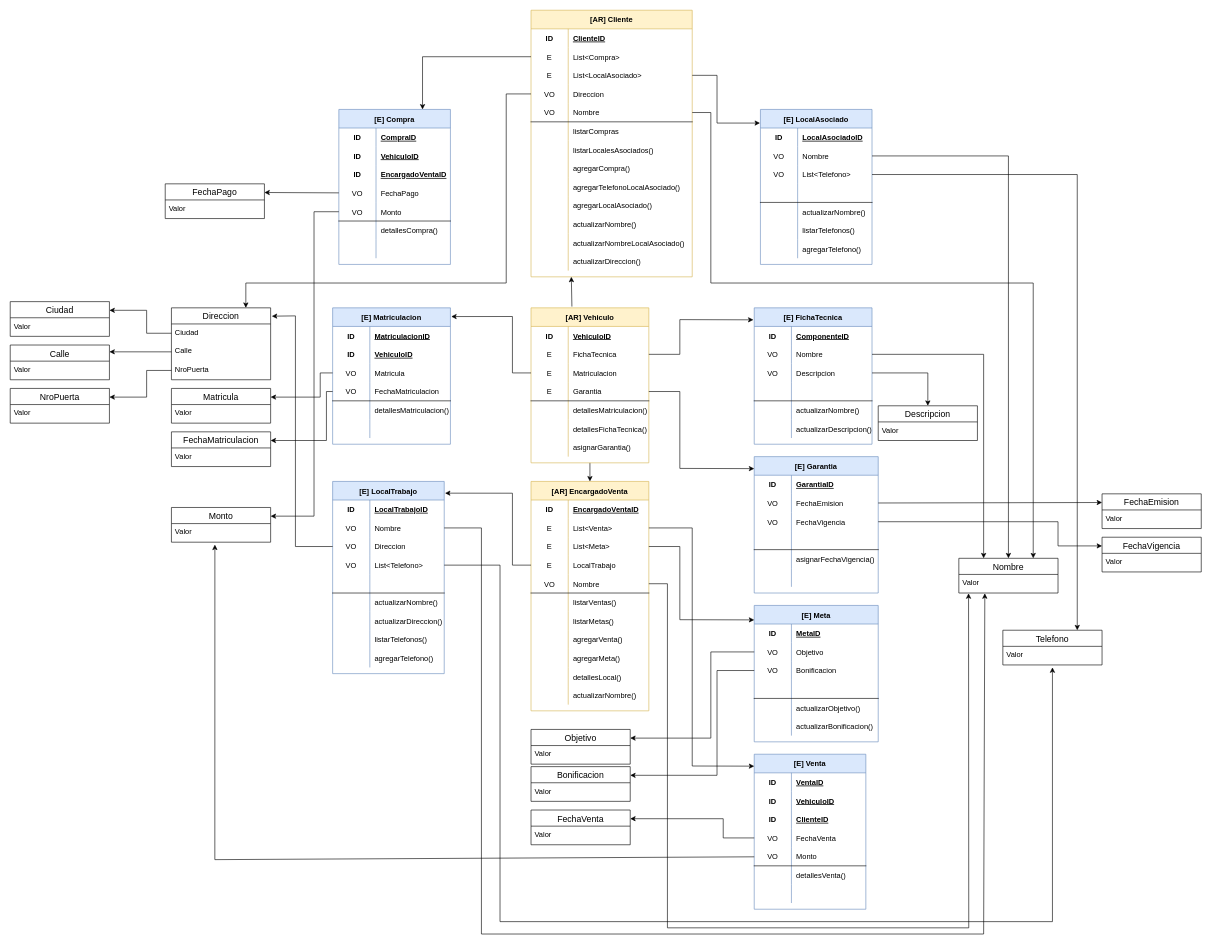
Before: page "Modelo de dominio" (2 of 3) of Reto Final DDD.drawio in HenryFerreira/Reto-Final-DDD, a draw.io diagram. Source tidied: cells renumbered, new cells numbered last; positions are measured from the earlier drawing's top-left corner, leaving out a move shared by most shapes. Both pictures are drawn from the tidied source at 62%, with x=0, y=0 at pixel (10, 10).
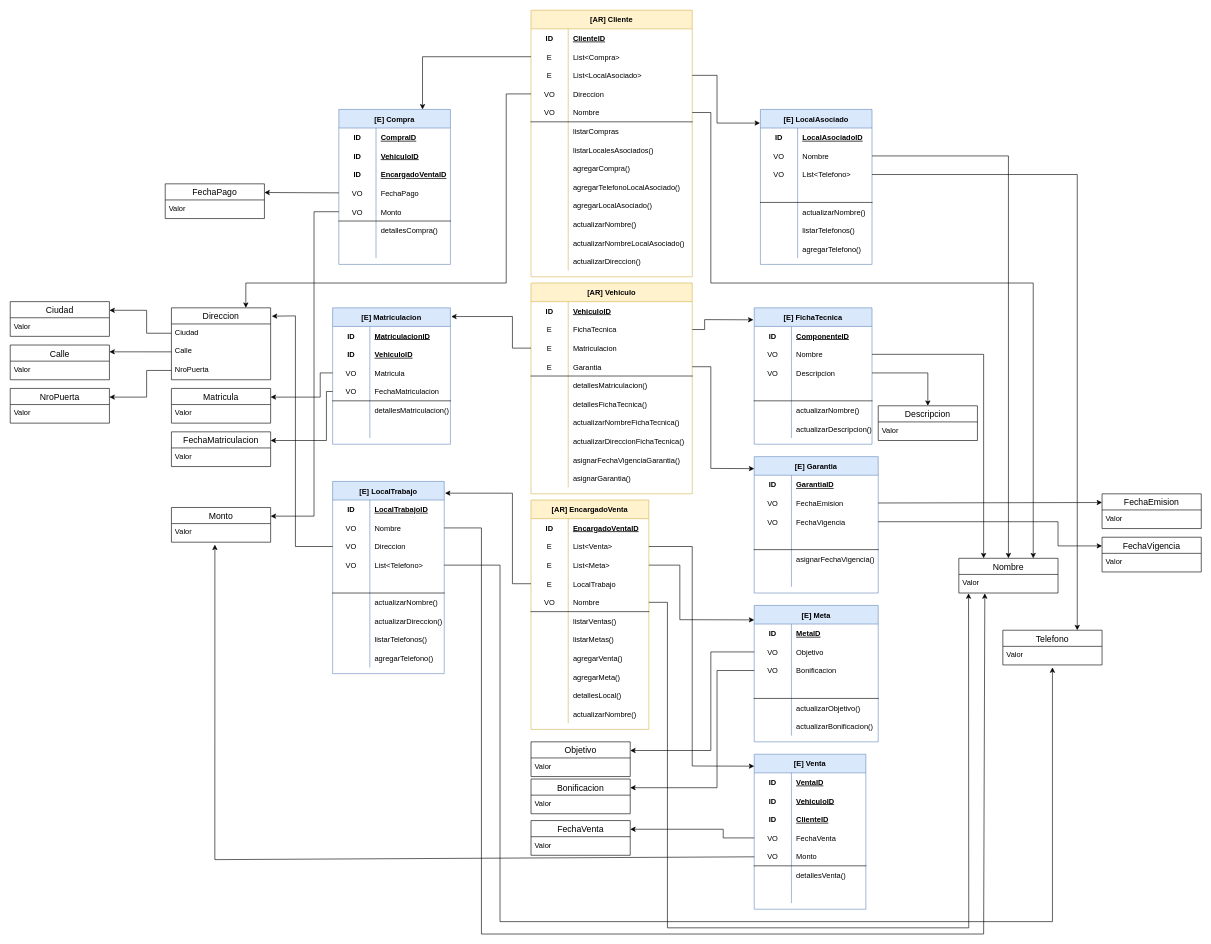
The same diagram, later.

Unchanged cells that the change refers to:
```xml
<mxCell id="2" value="[AR] Cliente" style="shape=table;startSize=30;childLayout=tableLayout;rowLines=0;fontStyle=1;align=center;fillColor=#fff2cc;strokeColor=#d6b656;" parent="1" vertex="1">
  <mxGeometry x="840" width="260" height="430" as="geometry" />
</mxCell>
<mxCell id="70" style="shape=tableRow;horizontal=0;startSize=0;swimlaneHead=0;swimlaneBody=0;fillColor=none;points=[[0,0.5],[1,0.5]];portConstraint=eastwest;top=0;left=0;right=0;bottom=0;" parent="66" vertex="1">
  <mxGeometry y="60" width="190" height="30" as="geometry" />
</mxCell>
<mxCell id="73" style="shape=tableRow;horizontal=0;startSize=0;swimlaneHead=0;swimlaneBody=0;fillColor=none;points=[[0,0.5],[1,0.5]];portConstraint=eastwest;top=0;left=0;right=0;bottom=0;strokeColor=default;" parent="66" vertex="1">
  <mxGeometry y="90" width="190" height="30" as="geometry" />
</mxCell>
<mxCell id="76" style="shape=tableRow;horizontal=0;startSize=0;swimlaneHead=0;swimlaneBody=0;fillColor=none;points=[[0,0.5],[1,0.5]];portConstraint=eastwest;top=0;left=0;right=0;bottom=0;" parent="66" vertex="1">
  <mxGeometry y="120" width="190" height="30" as="geometry" />
</mxCell>
<mxCell id="79" style="shape=tableRow;horizontal=0;startSize=0;swimlaneHead=0;swimlaneBody=0;fillColor=none;points=[[0,0.5],[1,0.5]];portConstraint=eastwest;top=0;left=0;right=0;bottom=1;" parent="66" vertex="1">
  <mxGeometry y="150" width="190" height="30" as="geometry" />
</mxCell>
<mxCell id="100" value="[E] Meta" style="shape=table;startSize=30;childLayout=tableLayout;rowLines=0;fontStyle=1;align=center;fillColor=#dae8fc;strokeColor=#6c8ebf;" parent="1" vertex="1">
  <mxGeometry x="1200" y="960" width="200" height="220" as="geometry" />
</mxCell>
<mxCell id="104" style="shape=tableRow;horizontal=0;startSize=0;swimlaneHead=0;swimlaneBody=0;fillColor=none;points=[[0,0.5],[1,0.5]];portConstraint=eastwest;top=0;left=0;right=0;bottom=0;" parent="100" vertex="1">
  <mxGeometry y="60" width="200" height="30" as="geometry" />
</mxCell>
<mxCell id="107" style="shape=tableRow;horizontal=0;startSize=0;swimlaneHead=0;swimlaneBody=0;fillColor=none;points=[[0,0.5],[1,0.5]];portConstraint=eastwest;top=0;left=0;right=0;bottom=0;" parent="100" vertex="1">
  <mxGeometry y="90" width="200" height="30" as="geometry" />
</mxCell>
<mxCell id="163" value="[E] Matriculacion" style="shape=table;startSize=30;childLayout=tableLayout;rowLines=0;fontStyle=1;align=center;fillColor=#dae8fc;strokeColor=#6c8ebf;" parent="1" vertex="1">
  <mxGeometry x="520" y="480" width="190" height="220" as="geometry" />
</mxCell>
<mxCell id="182" value="[E] FichaTecnica" style="shape=table;startSize=30;childLayout=tableLayout;rowLines=0;fontStyle=1;align=center;fillColor=#dae8fc;strokeColor=#6c8ebf;" parent="1" vertex="1">
  <mxGeometry x="1200" y="480" width="190" height="220" as="geometry" />
</mxCell>
<mxCell id="201" value="[E] Garantia" style="shape=table;startSize=30;childLayout=tableLayout;rowLines=0;fontStyle=1;align=center;fillColor=#dae8fc;strokeColor=#6c8ebf;" parent="1" vertex="1">
  <mxGeometry x="1200" y="720" width="200" height="220" as="geometry" />
</mxCell>
<mxCell id="220" value="[E] LocalTrabajo" style="shape=table;startSize=30;childLayout=tableLayout;rowLines=0;fontStyle=1;align=center;fillColor=#dae8fc;strokeColor=#6c8ebf;" parent="1" vertex="1">
  <mxGeometry x="520" y="760" width="180" height="310" as="geometry" />
</mxCell>
<mxCell id="248" value="[E] Venta" style="shape=table;startSize=30;childLayout=tableLayout;rowLines=0;fontStyle=1;align=center;fillColor=#dae8fc;strokeColor=#6c8ebf;" parent="1" vertex="1">
  <mxGeometry x="1200" y="1200" width="180" height="250" as="geometry" />
</mxCell>
<mxCell id="258" style="shape=tableRow;horizontal=0;startSize=0;swimlaneHead=0;swimlaneBody=0;fillColor=none;points=[[0,0.5],[1,0.5]];portConstraint=eastwest;top=0;left=0;right=0;bottom=0;" parent="248" vertex="1">
  <mxGeometry y="120" width="180" height="30" as="geometry" />
</mxCell>
<mxCell id="275" value="Valor" style="text;strokeColor=none;fillColor=none;spacingLeft=4;spacingRight=4;overflow=hidden;points=[[0,0.5],[1,0.5]];portConstraint=eastwest;fontSize=12;" parent="274" vertex="1">
  <mxGeometry y="26" width="160" height="30" as="geometry" />
</mxCell>
```

What changed in the source:
```diff
@@
-    <mxCell id="42" style="edgeStyle=none;rounded=0;jettySize=auto;html=1;entryX=0.25;entryY=1;entryDx=0;entryDy=0;exitX=0.347;exitY=-0.008;exitDx=0;exitDy=0;exitPerimeter=0;" parent="1" edge="1" source="44" target="2">
-      <mxGeometry relative="1" as="geometry" />
-    </mxCell>
-    <mxCell id="43" style="edgeStyle=none;rounded=0;jettySize=auto;html=1;entryX=0.5;entryY=0;entryDx=0;entryDy=0;" parent="1" edge="1" source="44" target="66">
-      <mxGeometry relative="1" as="geometry" />
-    </mxCell>
     <mxCell id="44" value="[AR] Vehiculo" style="shape=table;startSize=30;childLayout=tableLayout;rowLines=0;fontStyle=1;align=center;fillColor=#fff2cc;strokeColor=#d6b656;" parent="1" vertex="1">
-      <mxGeometry x="840" y="480" width="190" height="250" as="geometry" />
+      <mxGeometry x="840" y="440" width="260" height="340" as="geometry" />
     </mxCell>
     <mxCell id="45" style="shape=tableRow;horizontal=0;startSize=0;swimlaneHead=0;swimlaneBody=0;fillColor=none;top=0;left=0;right=0;bottom=0;" parent="44" vertex="1">
-      <mxGeometry y="30" width="190" height="30" as="geometry" />
+      <mxGeometry y="30" width="260" height="30" as="geometry" />
     </mxCell>
@@
     <mxCell id="47" value="VehiculoID" style="shape=partialRectangle;fillColor=none;top=0;left=0;bottom=0;right=0;align=left;spacingLeft=6;fontStyle=5;overflow=hidden;" parent="45" vertex="1">
-      <mxGeometry x="60" width="130" height="30" as="geometry" />
+      <mxGeometry x="60" width="200" height="30" as="geometry" />
     </mxCell>
     <mxCell id="48" style="shape=tableRow;horizontal=0;startSize=0;swimlaneHead=0;swimlaneBody=0;fillColor=none;points=[[0,0.5],[1,0.5]];portConstraint=eastwest;top=0;left=0;right=0;bottom=0;" parent="44" vertex="1">
-      <mxGeometry y="60" width="190" height="30" as="geometry" />
+      <mxGeometry y="60" width="260" height="30" as="geometry" />
     </mxCell>
@@
     <mxCell id="50" value="FichaTecnica" style="shape=partialRectangle;fillColor=none;top=0;left=0;bottom=0;right=0;align=left;spacingLeft=6;overflow=hidden;" parent="48" vertex="1">
-      <mxGeometry x="60" width="130" height="30" as="geometry" />
+      <mxGeometry x="60" width="200" height="30" as="geometry" />
     </mxCell>
     <mxCell id="51" style="shape=tableRow;horizontal=0;startSize=0;swimlaneHead=0;swimlaneBody=0;fillColor=none;points=[[0,0.5],[1,0.5]];portConstraint=eastwest;top=0;left=0;right=0;bottom=0;" parent="44" vertex="1">
-      <mxGeometry y="90" width="190" height="30" as="geometry" />
+      <mxGeometry y="90" width="260" height="30" as="geometry" />
     </mxCell>
@@
     <mxCell id="53" value="Matriculacion" style="shape=partialRectangle;fillColor=none;top=0;left=0;bottom=0;right=0;align=left;spacingLeft=6;overflow=hidden;" parent="51" vertex="1">
-      <mxGeometry x="60" width="130" height="30" as="geometry" />
+      <mxGeometry x="60" width="200" height="30" as="geometry" />
     </mxCell>
     <mxCell id="54" style="shape=tableRow;horizontal=0;startSize=0;swimlaneHead=0;swimlaneBody=0;fillColor=none;points=[[0,0.5],[1,0.5]];portConstraint=eastwest;top=0;left=0;right=0;bottom=1;" parent="44" vertex="1">
-      <mxGeometry y="120" width="190" height="30" as="geometry" />
+      <mxGeometry y="120" width="260" height="30" as="geometry" />
     </mxCell>
@@
     <mxCell id="56" value="Garantia" style="shape=partialRectangle;fillColor=none;top=0;left=0;bottom=0;right=0;align=left;spacingLeft=6;fontStyle=0;overflow=hidden;" parent="54" vertex="1">
-      <mxGeometry x="60" width="130" height="30" as="geometry" />
+      <mxGeometry x="60" width="200" height="30" as="geometry" />
     </mxCell>
     <mxCell id="57" style="shape=tableRow;horizontal=0;startSize=0;swimlaneHead=0;swimlaneBody=0;fillColor=none;top=0;left=0;right=0;bottom=0;" parent="44" vertex="1">
-      <mxGeometry y="150" width="190" height="30" as="geometry" />
+      <mxGeometry y="150" width="260" height="30" as="geometry" />
     </mxCell>
@@
     <mxCell id="59" value="detallesMatriculacion()" style="shape=partialRectangle;fillColor=none;top=0;left=0;bottom=0;right=0;align=left;spacingLeft=6;overflow=hidden;" parent="57" vertex="1">
-      <mxGeometry x="60" width="130" height="30" as="geometry" />
+      <mxGeometry x="60" width="200" height="30" as="geometry" />
     </mxCell>
     <mxCell id="60" style="shape=tableRow;horizontal=0;startSize=0;swimlaneHead=0;swimlaneBody=0;fillColor=none;top=0;left=0;right=0;bottom=0;strokeColor=default;" parent="44" vertex="1">
-      <mxGeometry y="180" width="190" height="30" as="geometry" />
+      <mxGeometry y="180" width="260" height="30" as="geometry" />
     </mxCell>
@@
     <mxCell id="62" value="detallesFichaTecnica()" style="shape=partialRectangle;fillColor=none;top=0;left=0;bottom=0;right=0;align=left;spacingLeft=6;overflow=hidden;strokeColor=default;" parent="60" vertex="1">
-      <mxGeometry x="60" width="130" height="30" as="geometry" />
+      <mxGeometry x="60" width="200" height="30" as="geometry" />
     </mxCell>
+    <mxCell id="335" style="shape=tableRow;horizontal=0;startSize=0;swimlaneHead=0;swimlaneBody=0;fillColor=none;top=0;left=0;right=0;bottom=0;" parent="44" vertex="1">
+      <mxGeometry y="210" width="260" height="30" as="geometry" />
+    </mxCell>
+    <mxCell id="336" style="shape=partialRectangle;fillColor=none;top=0;left=0;bottom=0;right=0;overflow=hidden;" parent="335" vertex="1">
+      <mxGeometry width="60" height="30" as="geometry" />
+    </mxCell>
+    <mxCell id="337" value="actualizarNombreFichaTecnica()" style="shape=partialRectangle;fillColor=none;top=0;left=0;bottom=0;right=0;align=left;spacingLeft=6;overflow=hidden;" parent="335" vertex="1">
+      <mxGeometry x="60" width="200" height="30" as="geometry" />
+    </mxCell>
+    <mxCell id="338" style="shape=tableRow;horizontal=0;startSize=0;swimlaneHead=0;swimlaneBody=0;fillColor=none;top=0;left=0;right=0;bottom=0;" parent="44" vertex="1">
+      <mxGeometry y="240" width="260" height="30" as="geometry" />
+    </mxCell>
+    <mxCell id="339" style="shape=partialRectangle;fillColor=none;top=0;left=0;bottom=0;right=0;overflow=hidden;" parent="338" vertex="1">
+      <mxGeometry width="60" height="30" as="geometry" />
+    </mxCell>
+    <mxCell id="340" value="actualizarDireccionFichaTecnica()" style="shape=partialRectangle;fillColor=none;top=0;left=0;bottom=0;right=0;align=left;spacingLeft=6;overflow=hidden;" parent="338" vertex="1">
+      <mxGeometry x="60" width="200" height="30" as="geometry" />
+    </mxCell>
+    <mxCell id="341" style="shape=tableRow;horizontal=0;startSize=0;swimlaneHead=0;swimlaneBody=0;fillColor=none;top=0;left=0;right=0;bottom=0;" parent="44" vertex="1">
+      <mxGeometry y="270" width="260" height="30" as="geometry" />
+    </mxCell>
+    <mxCell id="342" style="shape=partialRectangle;fillColor=none;top=0;left=0;bottom=0;right=0;overflow=hidden;" parent="341" vertex="1">
+      <mxGeometry width="60" height="30" as="geometry" />
+    </mxCell>
+    <mxCell id="343" value="asignarFechaVigenciaGarantia()" style="shape=partialRectangle;fillColor=none;top=0;left=0;bottom=0;right=0;align=left;spacingLeft=6;overflow=hidden;" parent="341" vertex="1">
+      <mxGeometry x="60" width="200" height="30" as="geometry" />
+    </mxCell>
     <mxCell id="63" style="shape=tableRow;horizontal=0;startSize=0;swimlaneHead=0;swimlaneBody=0;fillColor=none;top=0;left=0;right=0;bottom=0;" parent="44" vertex="1">
-      <mxGeometry y="210" width="190" height="30" as="geometry" />
+      <mxGeometry y="300" width="260" height="30" as="geometry" />
     </mxCell>
@@
     <mxCell id="65" value="asignarGarantia()" style="shape=partialRectangle;fillColor=none;top=0;left=0;bottom=0;right=0;align=left;spacingLeft=6;overflow=hidden;" parent="63" vertex="1">
-      <mxGeometry x="60" width="130" height="30" as="geometry" />
+      <mxGeometry x="60" width="200" height="30" as="geometry" />
     </mxCell>
     <mxCell id="66" value="[AR] EncargadoVenta" style="shape=table;startSize=30;childLayout=tableLayout;rowLines=0;fontStyle=1;align=center;fillColor=#fff2cc;strokeColor=#d6b656;" parent="1" vertex="1">
-      <mxGeometry x="840" y="760" width="190" height="370" as="geometry" />
+      <mxGeometry x="840" y="790" width="190" height="370" as="geometry" />
     </mxCell>
@@
     <mxCell id="298" value="FechaVenta" style="swimlane;fontStyle=0;horizontal=1;startSize=26;align=center;fontSize=14;strokeColor=default;" parent="1" vertex="1">
-      <mxGeometry x="840" y="1290" width="160" height="56" as="geometry" />
+      <mxGeometry x="840" y="1307" width="160" height="56" as="geometry" />
     </mxCell>
@@
     <mxCell id="300" value="Objetivo" style="swimlane;fontStyle=0;horizontal=1;startSize=26;align=center;fontSize=14;strokeColor=default;" parent="1" vertex="1">
-      <mxGeometry x="840" y="1160" width="160" height="56" as="geometry" />
+      <mxGeometry x="840" y="1180" width="160" height="56" as="geometry" />
     </mxCell>
@@
     <mxCell id="302" value="Bonificacion" style="swimlane;fontStyle=0;horizontal=1;startSize=26;align=center;fontSize=14;strokeColor=default;" parent="1" vertex="1">
-      <mxGeometry x="840" y="1220" width="160" height="56" as="geometry" />
+      <mxGeometry x="840" y="1240" width="160" height="56" as="geometry" />
     </mxCell>
@@
     <mxCell id="305" style="edgeStyle=none;rounded=0;jettySize=auto;html=1;entryX=1.007;entryY=0.064;entryDx=0;entryDy=0;entryPerimeter=0;" parent="1" edge="1" source="51" target="163">
       <mxGeometry relative="1" as="geometry">
         <Array as="points">
-          <mxPoint x="810" y="585" />
+          <mxPoint x="810" y="545" />
           <mxPoint x="810" y="494" />
         </Array>
       </mxGeometry>
     </mxCell>
     <mxCell id="306" style="edgeStyle=none;rounded=0;jettySize=auto;html=1;entryX=-0.007;entryY=0.088;entryDx=0;entryDy=0;entryPerimeter=0;" parent="1" edge="1" source="48" target="182">
       <mxGeometry relative="1" as="geometry">
         <Array as="points">
-          <mxPoint x="1080" y="555" />
-          <mxPoint x="1080" y="499" />
+          <mxPoint x="1120" y="515" />
+          <mxPoint x="1120" y="499" />
         </Array>
       </mxGeometry>
     </mxCell>
     <mxCell id="307" style="edgeStyle=none;rounded=0;jettySize=auto;html=1;entryX=0;entryY=0.088;entryDx=0;entryDy=0;entryPerimeter=0;" parent="1" edge="1" source="54" target="201">
       <mxGeometry relative="1" as="geometry">
         <Array as="points">
-          <mxPoint x="1080" y="615" />
-          <mxPoint x="1080" y="739" />
+          <mxPoint x="1130" y="575" />
+          <mxPoint x="1130" y="739" />
         </Array>
       </mxGeometry>
     </mxCell>
     <mxCell id="308" style="edgeStyle=none;rounded=0;jettySize=auto;html=1;entryX=0;entryY=0.106;entryDx=0;entryDy=0;entryPerimeter=0;" parent="1" edge="1" source="73" target="100">
       <mxGeometry relative="1" as="geometry">
         <Array as="points">
-          <mxPoint x="1080" y="865" />
+          <mxPoint x="1080" y="895" />
           <mxPoint x="1080" y="983" />
         </Array>
       </mxGeometry>
     </mxCell>
     <mxCell id="309" style="edgeStyle=none;rounded=0;jettySize=auto;html=1;entryX=1.007;entryY=0.061;entryDx=0;entryDy=0;entryPerimeter=0;" parent="1" edge="1" source="76" target="220">
       <mxGeometry relative="1" as="geometry">
         <Array as="points">
-          <mxPoint x="810" y="895" />
+          <mxPoint x="810" y="925" />
           <mxPoint x="810" y="779" />
         </Array>
       </mxGeometry>
     </mxCell>
     <mxCell id="310" style="edgeStyle=none;rounded=0;jettySize=auto;html=1;entryX=0;entryY=0.077;entryDx=0;entryDy=0;entryPerimeter=0;" parent="1" edge="1" source="70" target="248">
       <mxGeometry relative="1" as="geometry">
         <Array as="points">
-          <mxPoint x="1100" y="835" />
+          <mxPoint x="1100" y="865" />
           <mxPoint x="1100" y="1219" />
         </Array>
       </mxGeometry>
     </mxCell>
@@
     <mxCell id="317" style="edgeStyle=none;rounded=0;jettySize=auto;html=1;entryX=0.098;entryY=1.018;entryDx=0;entryDy=0;entryPerimeter=0;" parent="1" edge="1" source="79" target="275">
       <mxGeometry relative="1" as="geometry">
         <Array as="points">
-          <mxPoint x="1060" y="925" />
+          <mxPoint x="1060" y="955" />
           <mxPoint x="1060" y="1480" />
           <mxPoint x="1546" y="1480" />
         </Array>
       </mxGeometry>
     </mxCell>
@@
     <mxCell id="327" style="edgeStyle=none;rounded=0;jettySize=auto;html=1;entryX=1;entryY=0.25;entryDx=0;entryDy=0;" parent="1" edge="1" source="104" target="300">
       <mxGeometry relative="1" as="geometry">
         <Array as="points">
           <mxPoint x="1130" y="1035" />
-          <mxPoint x="1130" y="1174" />
+          <mxPoint x="1130" y="1194" />
         </Array>
       </mxGeometry>
     </mxCell>
     <mxCell id="328" style="edgeStyle=none;rounded=0;jettySize=auto;html=1;entryX=1;entryY=0.25;entryDx=0;entryDy=0;" parent="1" edge="1" source="107" target="302">
       <mxGeometry relative="1" as="geometry">
         <Array as="points">
           <mxPoint x="1140" y="1065" />
-          <mxPoint x="1140" y="1234" />
+          <mxPoint x="1140" y="1254" />
         </Array>
       </mxGeometry>
     </mxCell>
     <mxCell id="329" style="edgeStyle=none;rounded=0;jettySize=auto;html=1;entryX=1;entryY=0.25;entryDx=0;entryDy=0;" parent="1" edge="1" source="258" target="298">
       <mxGeometry relative="1" as="geometry">
         <Array as="points">
           <mxPoint x="1150" y="1335" />
-          <mxPoint x="1150" y="1304" />
+          <mxPoint x="1150" y="1321" />
         </Array>
       </mxGeometry>
     </mxCell>
```
